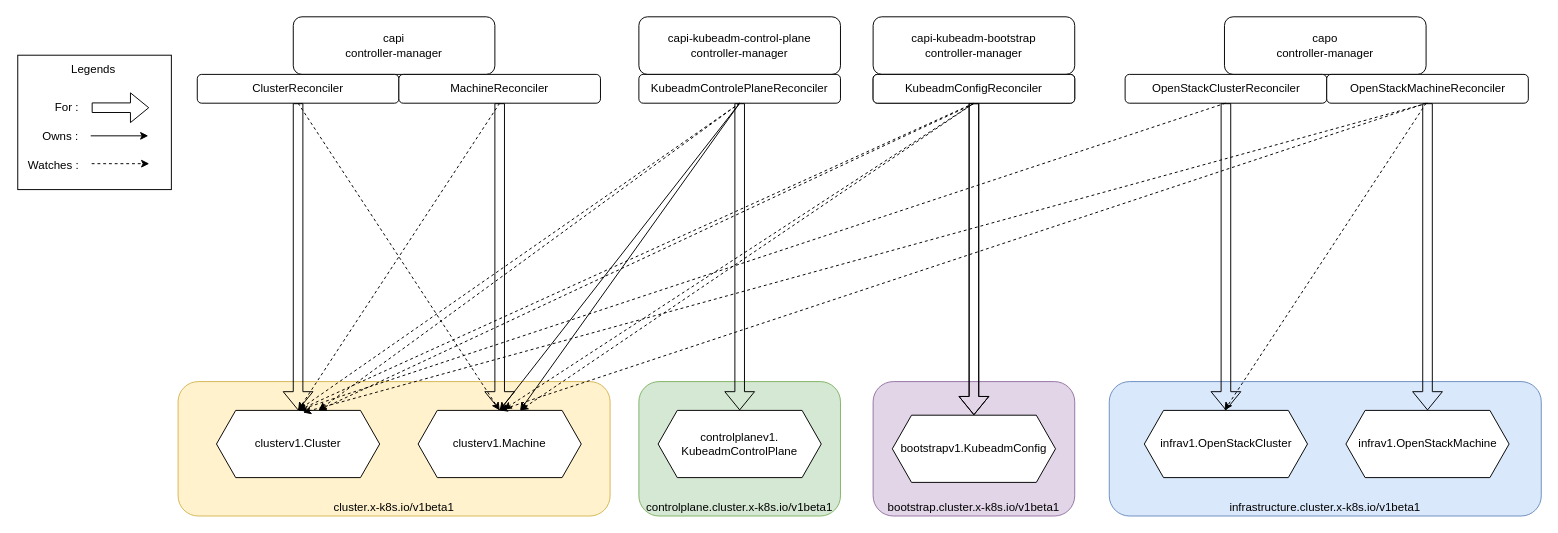
aztecher/capi-diagrams keeps this draw.io diagram as page "c-plane_resource-controller-relation" (2 of 7) of cluster-api.drawio. Above is the earlier version. Source tidied: cells renumbered, new cells numbered last; positions are measured from the earlier drawing's top-left corner, leaving out a move shared by most shapes. Both pictures are drawn from the tidied source at 96%, with x=0, y=0 at pixel (16, 16).
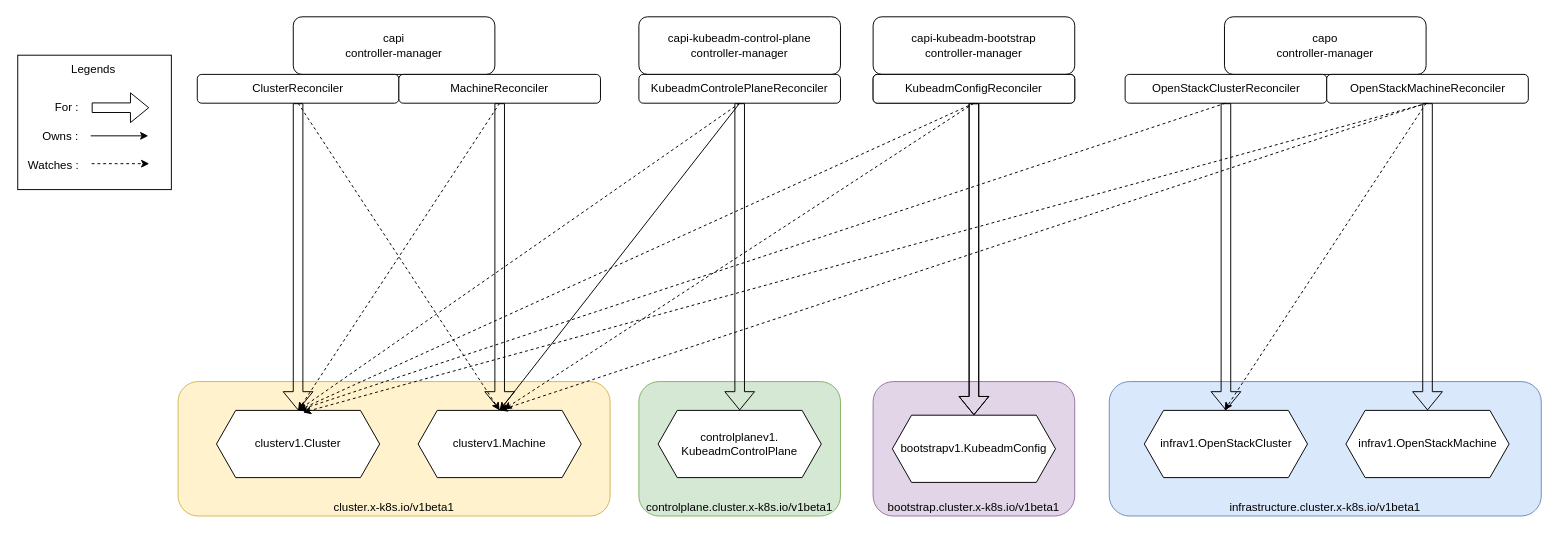
The same page after the edit.

Unchanged cells that the change refers to:
```xml
<mxCell id="10" value="clusterv1.Cluster" style="shape=hexagon;perimeter=hexagonPerimeter2;whiteSpace=wrap;html=1;fixedSize=1;" parent="1" vertex="1">
  <mxGeometry x="208" y="410" width="170" height="70" as="geometry" />
</mxCell>
<mxCell id="11" value="clusterv1.Machine" style="shape=hexagon;perimeter=hexagonPerimeter2;whiteSpace=wrap;html=1;fixedSize=1;" parent="1" vertex="1">
  <mxGeometry x="418" y="410" width="170" height="70" as="geometry" />
</mxCell>
<mxCell id="18" value="KubeadmControlePlaneReconciler" style="rounded=1;whiteSpace=wrap;html=1;" parent="1" vertex="1">
  <mxGeometry x="648" y="60" width="210" height="30" as="geometry" />
</mxCell>
<mxCell id="30" value="KubeadmConfigReconciler" style="rounded=1;whiteSpace=wrap;html=1;" parent="1" vertex="1">
  <mxGeometry x="892" y="60" width="210" height="30" as="geometry" />
</mxCell>
```

Diff of the diagram source:
```diff
@@
-    <mxCell id="20" style="endArrow=none;html=1;rounded=0;entryX=0.5;entryY=1;entryDx=0;entryDy=0;exitX=0.625;exitY=0;exitDx=0;exitDy=0;dashed=1;startArrow=classic;startFill=1;" parent="1" edge="1" source="10" target="18">
-      <mxGeometry relative="1" as="geometry" />
-    </mxCell>
@@
-    <mxCell id="22" style="endArrow=none;html=1;rounded=0;exitX=0.625;exitY=0;exitDx=0;exitDy=0;startArrow=classic;startFill=1;entryX=0.5;entryY=1;entryDx=0;entryDy=0;" parent="1" edge="1" source="11" target="18">
-      <mxGeometry relative="1" as="geometry" />
-    </mxCell>
@@
-    <mxCell id="34" style="endArrow=none;html=1;rounded=0;exitX=0.625;exitY=0;exitDx=0;exitDy=0;dashed=1;startArrow=classic;startFill=1;" parent="1" edge="1" source="10">
-      <mxGeometry relative="1" as="geometry">
-        <mxPoint x="998" y="90" as="targetPoint" />
-      </mxGeometry>
-    </mxCell>
@@
-    <mxCell id="36" style="endArrow=none;html=1;rounded=0;exitX=0.625;exitY=0;exitDx=0;exitDy=0;dashed=1;startArrow=classic;startFill=1;entryX=0.5;entryY=1;entryDx=0;entryDy=0;" parent="1" edge="1" source="11" target="30">
-      <mxGeometry relative="1" as="geometry" />
-    </mxCell>
```
